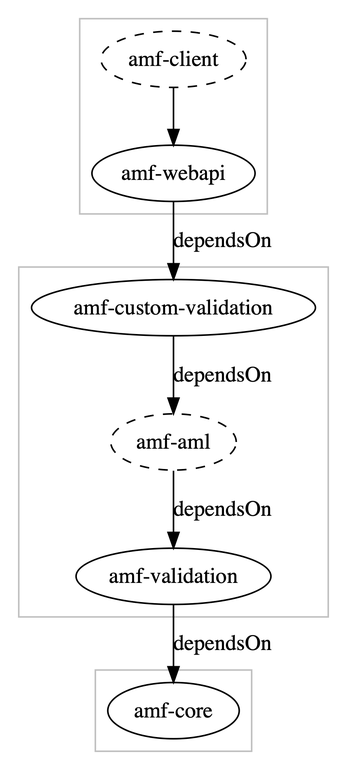
Before: amf-ecosystem-modules.png, a diagram exported from Graphviz (aml-org/amf). Its source is kept beside it as amf-ecosystem-modules.dot.
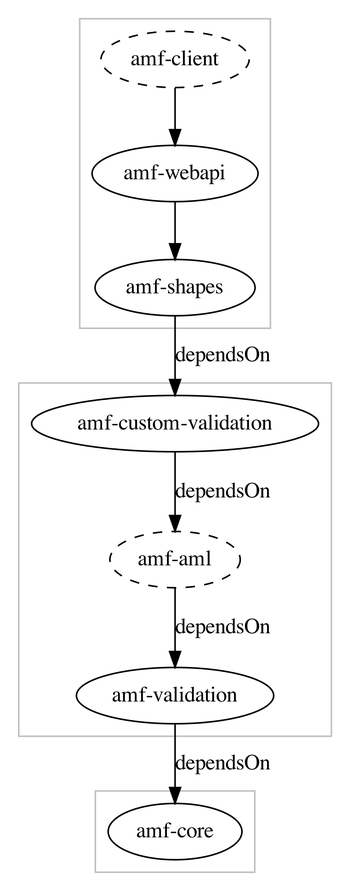
After the change.

Commit message:
chore(docs): updated artifact dependency diagramas

The edit, as a diff of the source:
```diff
@@ -5,6 +5,7 @@
     subgraph cluster_0 {
         "amf-client" [style=dashed]
 	    "amf-webapi"
+	    "amf-shapes"
 	    color=gray
     }
     subgraph cluster_1 {
@@ -20,6 +21,6 @@
     }
 
 	# dependencies
-	"amf-client" -> "amf-webapi"
-	"amf-webapi" -> "amf-custom-validation" -> "amf-aml" -> "amf-validation" -> "amf-core" [label="dependsOn"]
+	"amf-client" -> "amf-webapi" -> "amf-shapes"
+	"amf-shapes" -> "amf-custom-validation" -> "amf-aml" -> "amf-validation" -> "amf-core" [label="dependsOn"]
 }
```
